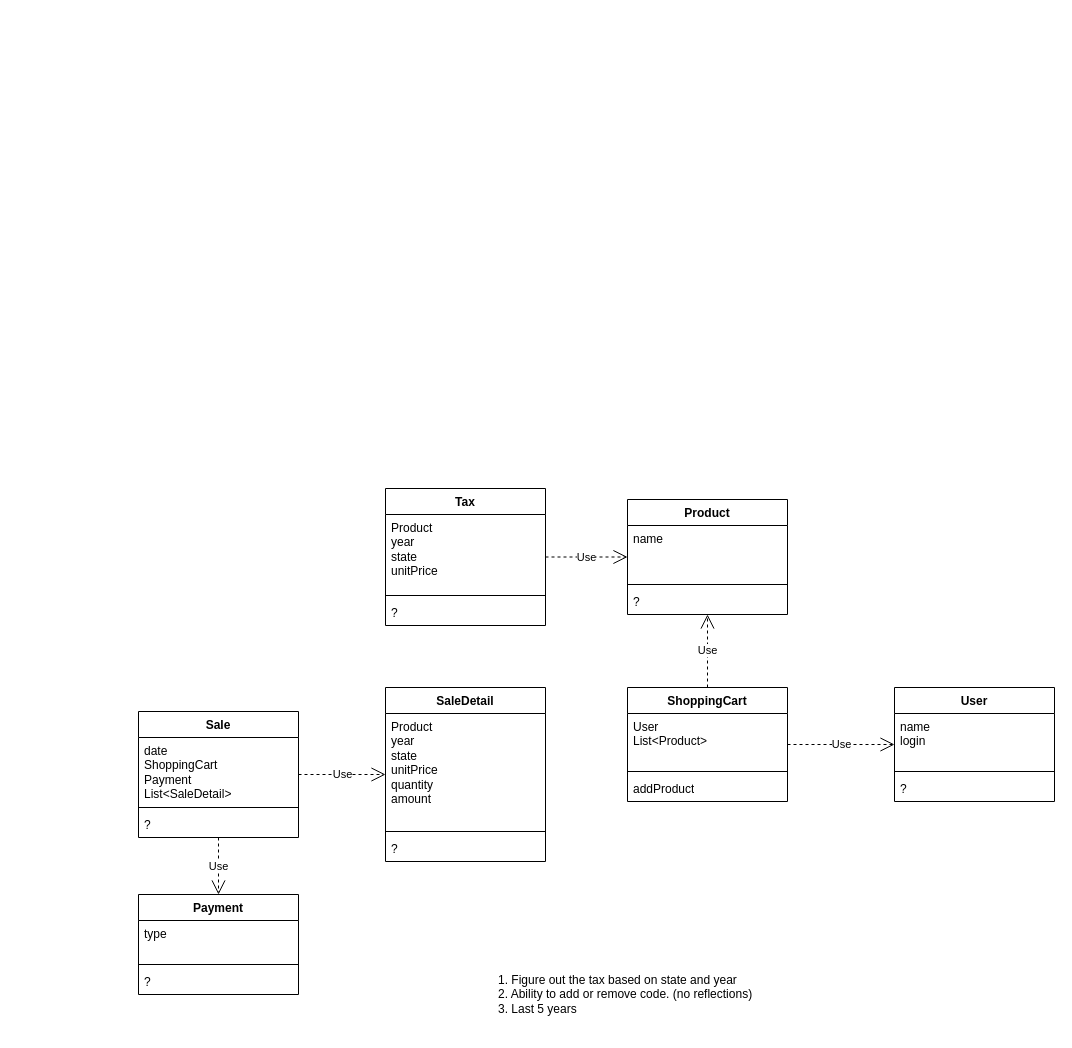
Above: architecture/tax-system/class-diagram.drawio in codegik/pocs (draw.io), before the change. Source tidied: cells renumbered, new cells numbered last; positions are measured from the earlier drawing's top-left corner, leaving out a move shared by most shapes. Both pictures are drawn from the tidied source at 100%, with x=0, y=0 at pixel (138, 488).
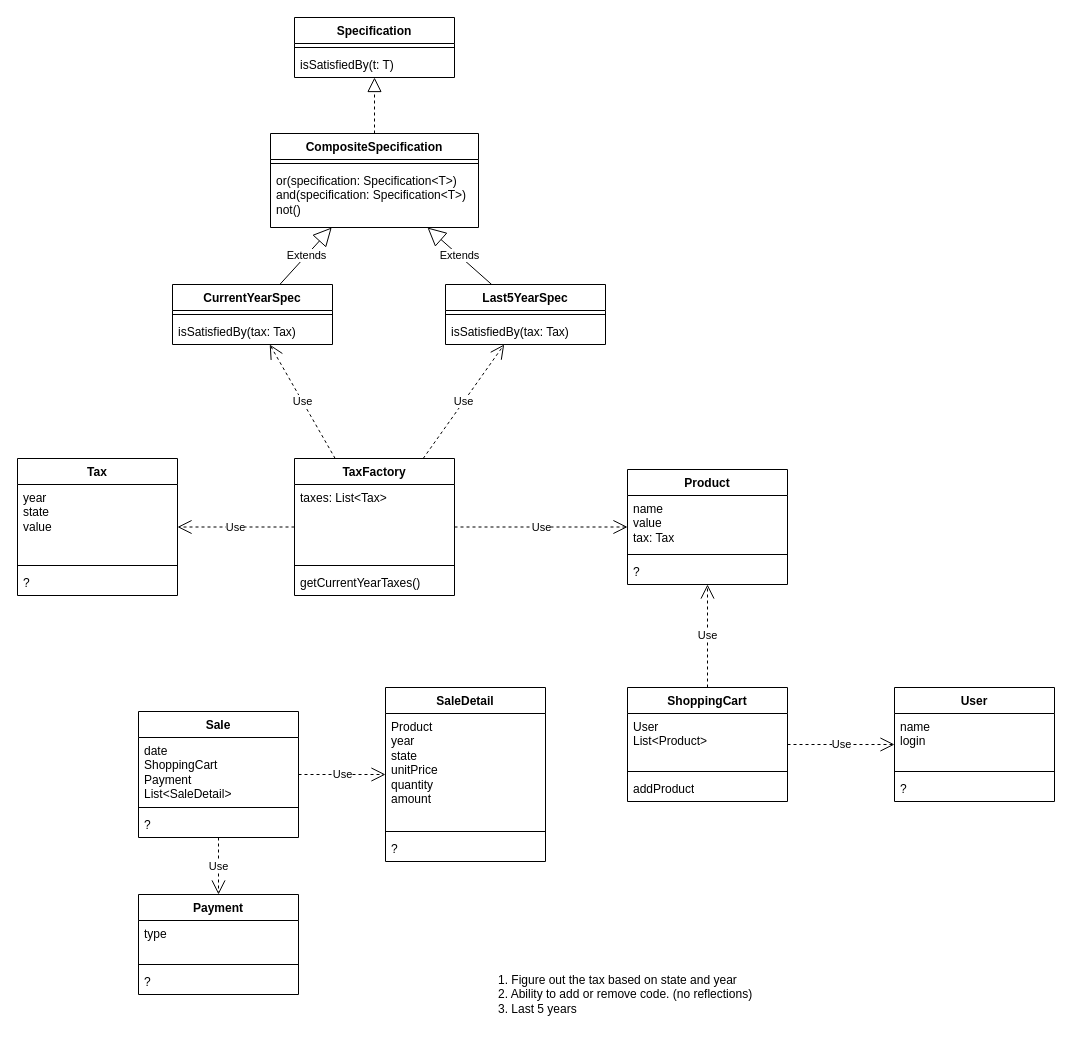
Above is the later version.

The edit, as a diff of the source:
```diff
@@
     <mxCell id="2" value="Product" style="swimlane;fontStyle=1;align=center;verticalAlign=top;horizontal=1;startSize=26;whiteSpace=wrap;html=1;" parent="1" vertex="1">
-      <mxGeometry x="489" y="11" width="160" height="115" as="geometry" />
+      <mxGeometry x="489" y="-19" width="160" height="115" as="geometry" />
     </mxCell>
-    <mxCell id="3" value="&lt;div&gt;name&lt;/div&gt;" style="text;strokeColor=none;fillColor=none;align=left;verticalAlign=top;spacingLeft=4;spacingRight=4;overflow=hidden;whiteSpace=wrap;html=1;" parent="2" vertex="1">
+    <mxCell id="3" value="&lt;div&gt;name&lt;/div&gt;&lt;div&gt;value&lt;br&gt;&lt;/div&gt;&lt;div&gt;tax: Tax&lt;br&gt;&lt;/div&gt;" style="text;strokeColor=none;fillColor=none;align=left;verticalAlign=top;spacingLeft=4;spacingRight=4;overflow=hidden;whiteSpace=wrap;html=1;" parent="2" vertex="1">
       <mxGeometry y="26" width="160" height="55" as="geometry" />
     </mxCell>
@@
-    <mxCell id="6" value="Tax" style="swimlane;fontStyle=1;align=center;verticalAlign=top;horizontal=1;startSize=26;whiteSpace=wrap;html=1;" parent="1" vertex="1">
-      <mxGeometry x="247" width="160" height="137" as="geometry" />
+    <mxCell id="6" value="TaxFactory" style="swimlane;fontStyle=1;align=center;verticalAlign=top;horizontal=1;startSize=26;whiteSpace=wrap;html=1;" parent="1" vertex="1">
+      <mxGeometry x="156" y="-30" width="160" height="137" as="geometry" />
     </mxCell>
-    <mxCell id="7" value="&lt;div&gt;Product&lt;/div&gt;&lt;div&gt;year&lt;/div&gt;&lt;div&gt;state&lt;br&gt;&lt;/div&gt;&lt;div&gt;unitPrice&lt;br&gt;&lt;/div&gt;" style="text;strokeColor=none;fillColor=none;align=left;verticalAlign=top;spacingLeft=4;spacingRight=4;overflow=hidden;whiteSpace=wrap;html=1;" parent="6" vertex="1">
+    <mxCell id="7" value="taxes: List&amp;lt;Tax&amp;gt;" style="text;strokeColor=none;fillColor=none;align=left;verticalAlign=top;spacingLeft=4;spacingRight=4;overflow=hidden;whiteSpace=wrap;html=1;" parent="6" vertex="1">
       <mxGeometry y="26" width="160" height="77" as="geometry" />
     </mxCell>
@@
-    <mxCell id="9" value="?" style="text;strokeColor=none;fillColor=none;align=left;verticalAlign=top;spacingLeft=4;spacingRight=4;overflow=hidden;whiteSpace=wrap;html=1;" parent="6" vertex="1">
+    <mxCell id="9" value="getCurrentYearTaxes()" style="text;strokeColor=none;fillColor=none;align=left;verticalAlign=top;spacingLeft=4;spacingRight=4;overflow=hidden;whiteSpace=wrap;html=1;" parent="6" vertex="1">
       <mxGeometry y="111" width="160" height="26" as="geometry" />
     </mxCell>
@@
+    <mxCell id="36" value="Tax" style="swimlane;fontStyle=1;align=center;verticalAlign=top;horizontal=1;startSize=26;whiteSpace=wrap;html=1;" parent="1" vertex="1">
+      <mxGeometry x="-121" y="-30" width="160" height="137" as="geometry" />
+    </mxCell>
+    <mxCell id="37" value="year&lt;div&gt;state&lt;br&gt;&lt;/div&gt;&lt;div&gt;value&lt;br&gt;&lt;/div&gt;" style="text;strokeColor=none;fillColor=none;align=left;verticalAlign=top;spacingLeft=4;spacingRight=4;overflow=hidden;whiteSpace=wrap;html=1;" parent="36" vertex="1">
+      <mxGeometry y="26" width="160" height="77" as="geometry" />
+    </mxCell>
+    <mxCell id="38" style="line;strokeWidth=1;fillColor=none;align=left;verticalAlign=middle;spacingTop=-1;spacingLeft=3;spacingRight=3;labelPosition=right;strokeColor=inherit;" parent="36" vertex="1">
+      <mxGeometry y="103" width="160" height="8" as="geometry" />
+    </mxCell>
+    <mxCell id="39" value="?" style="text;strokeColor=none;fillColor=none;align=left;verticalAlign=top;spacingLeft=4;spacingRight=4;overflow=hidden;whiteSpace=wrap;html=1;" parent="36" vertex="1">
+      <mxGeometry y="111" width="160" height="26" as="geometry" />
+    </mxCell>
+    <mxCell id="40" value="CurrentYearSpec" style="swimlane;fontStyle=1;align=center;verticalAlign=top;horizontal=1;startSize=26;whiteSpace=wrap;html=1;" parent="1" vertex="1">
+      <mxGeometry x="34" y="-204" width="160" height="60" as="geometry" />
+    </mxCell>
+    <mxCell id="41" style="line;strokeWidth=1;fillColor=none;align=left;verticalAlign=middle;spacingTop=-1;spacingLeft=3;spacingRight=3;labelPosition=right;strokeColor=inherit;" parent="40" vertex="1">
+      <mxGeometry y="26" width="160" height="8" as="geometry" />
+    </mxCell>
+    <mxCell id="42" value="isSatisfiedBy(tax: Tax)" style="text;strokeColor=none;fillColor=none;align=left;verticalAlign=top;spacingLeft=4;spacingRight=4;overflow=hidden;whiteSpace=wrap;html=1;" parent="40" vertex="1">
+      <mxGeometry y="34" width="160" height="26" as="geometry" />
+    </mxCell>
+    <mxCell id="43" value="Last5YearSpec" style="swimlane;fontStyle=1;align=center;verticalAlign=top;horizontal=1;startSize=26;whiteSpace=wrap;html=1;" parent="1" vertex="1">
+      <mxGeometry x="307" y="-204" width="160" height="60" as="geometry" />
+    </mxCell>
+    <mxCell id="44" style="line;strokeWidth=1;fillColor=none;align=left;verticalAlign=middle;spacingTop=-1;spacingLeft=3;spacingRight=3;labelPosition=right;strokeColor=inherit;" parent="43" vertex="1">
+      <mxGeometry y="26" width="160" height="8" as="geometry" />
+    </mxCell>
+    <mxCell id="45" value="isSatisfiedBy(tax: Tax)" style="text;strokeColor=none;fillColor=none;align=left;verticalAlign=top;spacingLeft=4;spacingRight=4;overflow=hidden;whiteSpace=wrap;html=1;" parent="43" vertex="1">
+      <mxGeometry y="34" width="160" height="26" as="geometry" />
+    </mxCell>
+    <mxCell id="46" value="Specification" style="swimlane;fontStyle=1;align=center;verticalAlign=top;horizontal=1;startSize=26;whiteSpace=wrap;html=1;" parent="1" vertex="1">
+      <mxGeometry x="156" y="-471" width="160" height="60" as="geometry" />
+    </mxCell>
+    <mxCell id="47" style="line;strokeWidth=1;fillColor=none;align=left;verticalAlign=middle;spacingTop=-1;spacingLeft=3;spacingRight=3;labelPosition=right;strokeColor=inherit;" parent="46" vertex="1">
+      <mxGeometry y="26" width="160" height="8" as="geometry" />
+    </mxCell>
+    <mxCell id="48" value="isSatisfiedBy(t: T)" style="text;strokeColor=none;fillColor=none;align=left;verticalAlign=top;spacingLeft=4;spacingRight=4;overflow=hidden;whiteSpace=wrap;html=1;" parent="46" vertex="1">
+      <mxGeometry y="34" width="160" height="26" as="geometry" />
+    </mxCell>
+    <mxCell id="49" value="CompositeSpecification" style="swimlane;fontStyle=1;align=center;verticalAlign=top;horizontal=1;startSize=26;whiteSpace=wrap;html=1;" parent="1" vertex="1">
+      <mxGeometry x="132" y="-355" width="208" height="94" as="geometry" />
+    </mxCell>
+    <mxCell id="50" style="line;strokeWidth=1;fillColor=none;align=left;verticalAlign=middle;spacingTop=-1;spacingLeft=3;spacingRight=3;labelPosition=right;strokeColor=inherit;" parent="49" vertex="1">
+      <mxGeometry y="26" width="208" height="8" as="geometry" />
+    </mxCell>
+    <mxCell id="51" value="&lt;div&gt;or(specification: Specification&amp;lt;T&amp;gt;)&lt;/div&gt;&lt;div&gt;and(specification: Specification&amp;lt;T&amp;gt;)&lt;br&gt;&lt;/div&gt;&lt;div&gt;not()&lt;br&gt;&lt;/div&gt;" style="text;strokeColor=none;fillColor=none;align=left;verticalAlign=top;spacingLeft=4;spacingRight=4;overflow=hidden;whiteSpace=wrap;html=1;" parent="49" vertex="1">
+      <mxGeometry y="34" width="208" height="60" as="geometry" />
+    </mxCell>
+    <mxCell id="52" value="Extends" style="endArrow=block;endSize=16;endFill=0;html=1;rounded=0;" parent="1" edge="1" source="40" target="49">
+      <mxGeometry relative="1" as="geometry" />
+    </mxCell>
+    <mxCell id="53" style="endArrow=block;dashed=1;endFill=0;endSize=12;html=1;rounded=0;" parent="1" edge="1" source="49" target="46">
+      <mxGeometry relative="1" as="geometry" />
+    </mxCell>
+    <mxCell id="54" value="Extends" style="endArrow=block;endSize=16;endFill=0;html=1;rounded=0;" parent="1" edge="1" source="43" target="49">
+      <mxGeometry relative="1" as="geometry" />
+    </mxCell>
+    <mxCell id="55" value="Use" style="endArrow=open;endSize=12;dashed=1;html=1;rounded=0;" parent="1" edge="1" source="6" target="40">
+      <mxGeometry relative="1" as="geometry" />
+    </mxCell>
+    <mxCell id="56" value="Use" style="endArrow=open;endSize=12;dashed=1;html=1;rounded=0;" parent="1" edge="1" source="6" target="43">
+      <mxGeometry relative="1" as="geometry" />
+    </mxCell>
+    <mxCell id="57" value="Use" style="endArrow=open;endSize=12;dashed=1;html=1;rounded=0;" parent="1" edge="1" source="6" target="36">
+      <mxGeometry relative="1" as="geometry" />
+    </mxCell>
```
